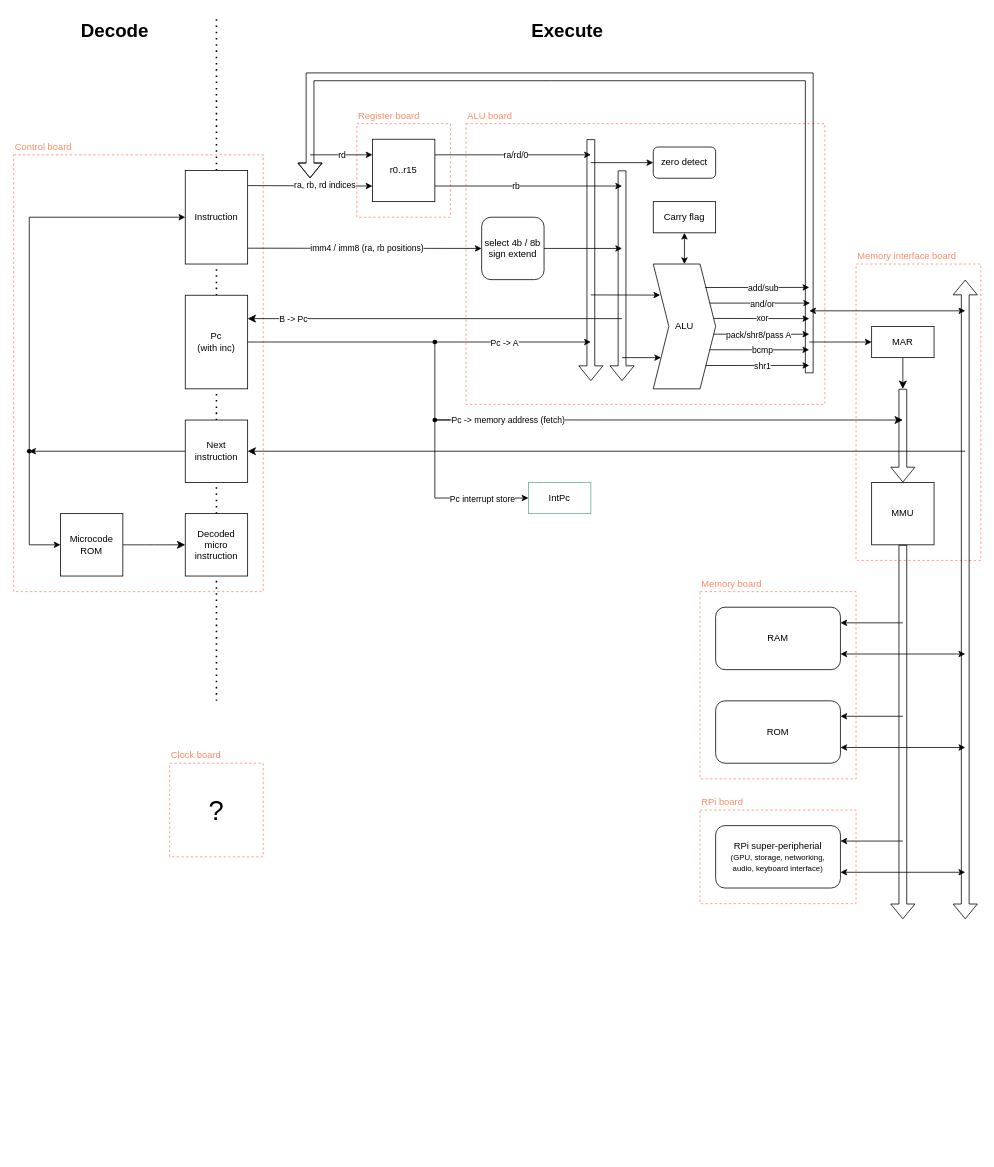
Earlier version of the draw.io diagram block diagram.drawio (bluecube/pickle_risc). Source tidied: cells renumbered, new cells numbered last; positions are measured from the earlier drawing's top-left corner, leaving out a move shared by most shapes. Both pictures are drawn from the tidied source at 78%, with x=0, y=0 at pixel (13, 14).
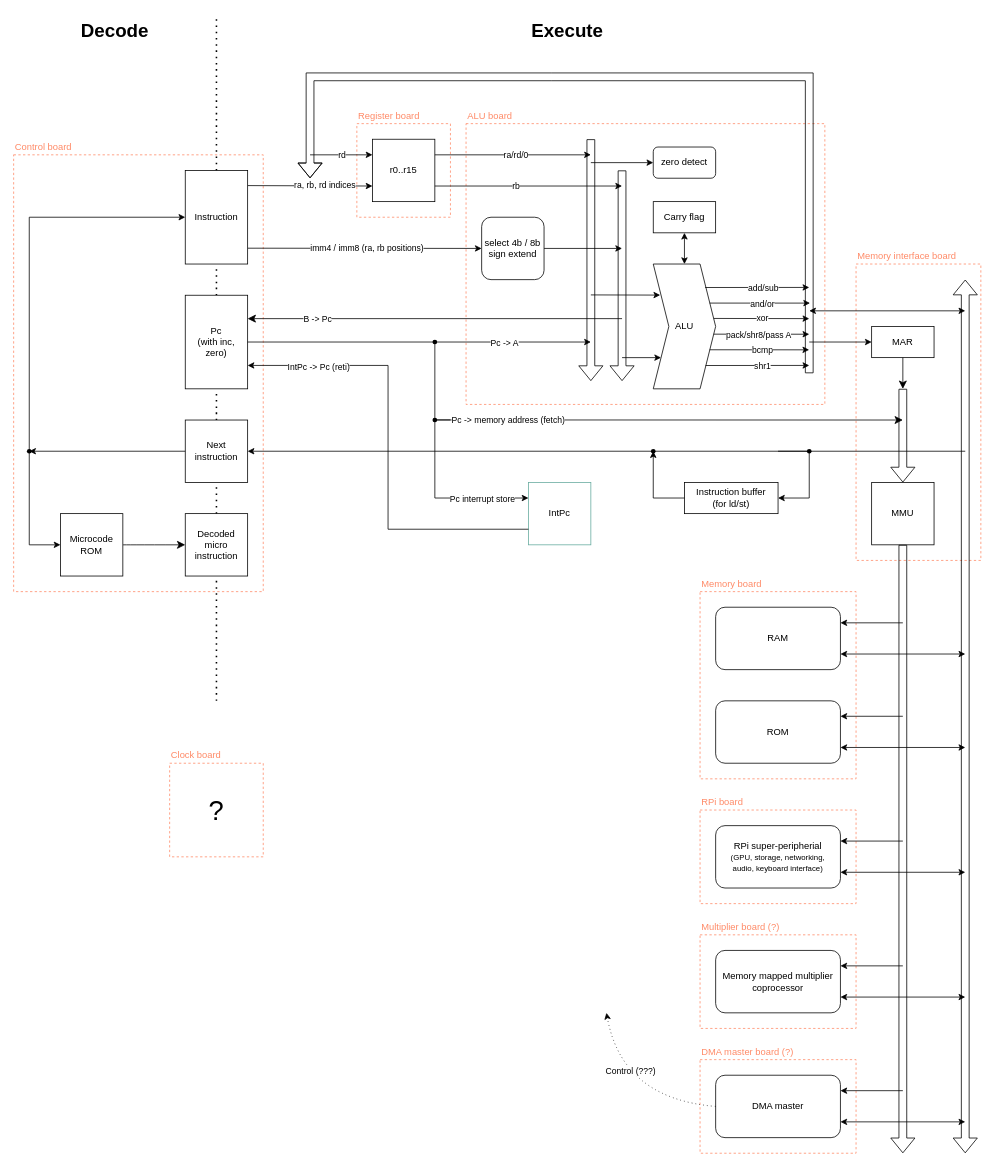
Above is the later version.

Unchanged cells that the change refers to:
```xml
<mxCell id="17" value="MMU" style="rounded=0;whiteSpace=wrap;html=1;" parent="1" vertex="1">
  <mxGeometry x="1100" y="600" width="80" height="80" as="geometry" />
</mxCell>
<mxCell id="48" style="endArrow=classic;html=1;rounded=0;strokeColor=default;align=center;verticalAlign=middle;fontFamily=Helvetica;fontSize=12;fontColor=default;labelBackgroundColor=default;startSize=8;endSize=8;curved=0;entryX=1;entryY=0.25;entryDx=0;entryDy=0;" parent="1" edge="1" target="61">
  <mxGeometry relative="1" as="geometry">
    <mxPoint x="780" y="390" as="sourcePoint" />
  </mxGeometry>
</mxCell>
<mxCell id="57" value="&lt;div&gt;Next instruction&lt;/div&gt;" style="rounded=0;whiteSpace=wrap;html=1;" parent="1" vertex="1">
  <mxGeometry x="220" y="520" width="80" height="80" as="geometry" />
</mxCell>
<mxCell id="94" style="shape=waypoint;sketch=0;fillStyle=solid;size=6;points=[];fillColor=none;perimeter=centerPerimeter;snapToPoint=1;" parent="1" vertex="1">
  <mxGeometry x="530" y="510" width="20" height="20" as="geometry" />
</mxCell>
```

Change to the diagram source:
```diff
@@
     <mxCell id="21" style="shape=flexArrow;endArrow=classic;html=1;rounded=0;exitX=0.5;exitY=1;exitDx=0;exitDy=0;" parent="1" edge="1" source="17">
       <mxGeometry relative="1" as="geometry">
-        <mxPoint x="1140" y="1160" as="targetPoint" />
+        <mxPoint x="1140" y="1460" as="targetPoint" />
       </mxGeometry>
     </mxCell>
     <mxCell id="22" style="shape=flexArrow;endArrow=classic;startArrow=classic;html=1;rounded=0;" parent="1" edge="1">
       <mxGeometry relative="1" as="geometry">
-        <mxPoint x="1220" y="1160" as="sourcePoint" />
+        <mxPoint x="1220" y="1460" as="sourcePoint" />
         <mxPoint x="1220" y="340" as="targetPoint" />
       </mxGeometry>
     </mxCell>
@@
-    <mxCell id="42" style="endArrow=classic;html=1;rounded=0;fontSize=12;startSize=8;endSize=8;curved=0;entryX=1;entryY=0.5;entryDx=0;entryDy=0;" parent="1" edge="1" target="57">
+    <mxCell id="42" style="endArrow=none;html=1;rounded=0;fontSize=12;startSize=8;endSize=8;curved=0;startFill=0;" parent="1" edge="1" source="113">
       <mxGeometry relative="1" as="geometry">
-        <mxPoint x="1220" y="560" as="sourcePoint" />
+        <mxPoint x="980" y="560" as="targetPoint" />
       </mxGeometry>
     </mxCell>
@@
     <mxCell id="49" value="B -&amp;gt; Pc" style="edgeLabel;html=1;align=left;verticalAlign=middle;" parent="48" vertex="1">
       <mxGeometry x="0.41" y="1" relative="1" as="geometry">
-        <mxPoint x="-103" y="-1" as="offset" />
+        <mxPoint x="-72" y="-1" as="offset" />
       </mxGeometry>
     </mxCell>
@@
-    <mxCell id="61" value="Pc&lt;br&gt;(with inc)" style="rounded=0;whiteSpace=wrap;html=1;" parent="1" vertex="1">
+    <mxCell id="61" value="Pc&lt;br&gt;(with inc, zero)" style="rounded=0;whiteSpace=wrap;html=1;" parent="1" vertex="1">
       <mxGeometry x="220" y="360" width="80" height="120" as="geometry" />
     </mxCell>
@@
     <mxCell id="93" value="IntPc" style="rounded=0;whiteSpace=wrap;html=1;strokeColor=#67AB9F;" parent="1" vertex="1">
-      <mxGeometry x="660" y="600" width="80" height="40" as="geometry" />
+      <mxGeometry x="660" y="600" width="80" height="80" as="geometry" />
     </mxCell>
@@
-    <mxCell id="96" style="endArrow=classic;html=1;rounded=0;entryX=0;entryY=0.5;entryDx=0;entryDy=0;edgeStyle=orthogonalEdgeStyle;" parent="1" edge="1" source="94" target="93">
+    <mxCell id="96" style="endArrow=classic;html=1;rounded=0;entryX=0;entryY=0.25;entryDx=0;entryDy=0;edgeStyle=orthogonalEdgeStyle;" parent="1" edge="1" source="94" target="93">
       <mxGeometry relative="1" as="geometry">
         <Array as="points">
           <mxPoint x="540" y="620" />
         </Array>
       </mxGeometry>
     </mxCell>
@@
+    <mxCell id="98" style="endArrow=classic;html=1;rounded=0;exitX=0;exitY=0.75;exitDx=0;exitDy=0;entryX=1;entryY=0.75;entryDx=0;entryDy=0;edgeStyle=orthogonalEdgeStyle;" parent="1" edge="1" source="93" target="61">
+      <mxGeometry relative="1" as="geometry" />
+    </mxCell>
+    <mxCell id="99" value="IntPc -&amp;gt; Pc (reti)" style="edgeLabel;html=1;align=center;verticalAlign=middle;" parent="98" vertex="1">
+      <mxGeometry x="0.79" y="2" relative="1" as="geometry">
+        <mxPoint x="30" as="offset" />
+      </mxGeometry>
+    </mxCell>
+    <mxCell id="100" style="rounded=0;whiteSpace=wrap;html=1;fillColor=none;dashed=1;strokeColor=#FF8A67;" parent="1" vertex="1">
+      <mxGeometry x="880" y="1180" width="200" height="120" as="geometry" />
+    </mxCell>
+    <mxCell id="101" value="Memory mapped multiplier coprocessor" style="rounded=1;whiteSpace=wrap;html=1;" parent="1" vertex="1">
+      <mxGeometry x="900" y="1200" width="160" height="80" as="geometry" />
+    </mxCell>
+    <mxCell id="102" style="endArrow=classic;html=1;rounded=0;startArrow=classic;startFill=1;" parent="1" edge="1">
+      <mxGeometry relative="1" as="geometry">
+        <mxPoint x="1220" y="1259.8" as="sourcePoint" />
+        <mxPoint x="1060" y="1259.8" as="targetPoint" />
+      </mxGeometry>
+    </mxCell>
+    <mxCell id="103" style="endArrow=classic;html=1;rounded=0;startArrow=none;startFill=0;" parent="1" edge="1">
+      <mxGeometry relative="1" as="geometry">
+        <mxPoint x="1140" y="1219.8" as="sourcePoint" />
+        <mxPoint x="1060" y="1219.8" as="targetPoint" />
+      </mxGeometry>
+    </mxCell>
+    <mxCell id="104" value="Multiplier board (?)" style="text;html=1;align=left;verticalAlign=middle;whiteSpace=wrap;rounded=0;fontColor=#FF8A67;" parent="1" vertex="1">
+      <mxGeometry x="880" y="1160" width="150" height="20" as="geometry" />
+    </mxCell>
+    <mxCell id="105" style="rounded=0;whiteSpace=wrap;html=1;fillColor=none;dashed=1;strokeColor=#FF8A67;" parent="1" vertex="1">
+      <mxGeometry x="880" y="1340" width="200" height="120" as="geometry" />
+    </mxCell>
+    <mxCell id="106" value="DMA master" style="rounded=1;whiteSpace=wrap;html=1;" parent="1" vertex="1">
+      <mxGeometry x="900" y="1360" width="160" height="80" as="geometry" />
+    </mxCell>
+    <mxCell id="107" style="endArrow=classic;html=1;rounded=0;startArrow=classic;startFill=1;" parent="1" edge="1">
+      <mxGeometry relative="1" as="geometry">
+        <mxPoint x="1220" y="1419.8" as="sourcePoint" />
+        <mxPoint x="1060" y="1419.8" as="targetPoint" />
+      </mxGeometry>
+    </mxCell>
+    <mxCell id="108" style="endArrow=classic;html=1;rounded=0;startArrow=none;startFill=0;" parent="1" edge="1">
+      <mxGeometry relative="1" as="geometry">
+        <mxPoint x="1140" y="1379.8" as="sourcePoint" />
+        <mxPoint x="1060" y="1379.8" as="targetPoint" />
+      </mxGeometry>
+    </mxCell>
+    <mxCell id="109" value="DMA master board (?)" style="text;html=1;align=left;verticalAlign=middle;whiteSpace=wrap;rounded=0;fontColor=#FF8A67;" parent="1" vertex="1">
+      <mxGeometry x="880" y="1320" width="150" height="20" as="geometry" />
+    </mxCell>
+    <mxCell id="110" style="curved=1;endArrow=classic;html=1;rounded=0;exitX=0;exitY=0.5;exitDx=0;exitDy=0;dashed=1;dashPattern=1 4;" parent="1" edge="1" source="106">
+      <mxGeometry relative="1" as="geometry">
+        <mxPoint x="760" y="1280" as="targetPoint" />
+        <Array as="points">
+          <mxPoint x="780" y="1390" />
+          <mxPoint x="760" y="1280" />
+        </Array>
+      </mxGeometry>
+    </mxCell>
+    <mxCell id="111" value="Control (???)" style="edgeLabel;html=1;align=center;verticalAlign=middle;" parent="110" vertex="1">
+      <mxGeometry x="0.32" y="-17" relative="1" as="geometry" />
+    </mxCell>
+    <mxCell id="112" style="endArrow=none;html=1;rounded=0;fontSize=12;startSize=8;endSize=8;curved=0;startFill=0;" parent="1" edge="1" target="113">
+      <mxGeometry relative="1" as="geometry">
+        <mxPoint x="1220" y="560" as="sourcePoint" />
+      </mxGeometry>
+    </mxCell>
+    <mxCell id="113" style="shape=waypoint;sketch=0;fillStyle=solid;size=6;points=[];fillColor=none;perimeter=centerPerimeter;snapToPoint=1;" parent="1" vertex="1">
+      <mxGeometry x="1010" y="550" width="20" height="20" as="geometry" />
+    </mxCell>
+    <mxCell id="114" style="shape=waypoint;sketch=0;fillStyle=solid;size=6;points=[];fillColor=none;perimeter=centerPerimeter;snapToPoint=1;" parent="1" vertex="1">
+      <mxGeometry x="810" y="550" width="20" height="20" as="geometry" />
+    </mxCell>
+    <mxCell id="115" value="Instruction buffer&lt;br&gt;(for ld/st)" style="rounded=0;whiteSpace=wrap;html=1;" parent="1" vertex="1">
+      <mxGeometry x="860" y="600" width="120" height="40" as="geometry" />
+    </mxCell>
+    <mxCell id="116" style="endArrow=classic;html=1;rounded=0;entryX=1;entryY=0.5;entryDx=0;entryDy=0;exitX=0.365;exitY=0.338;exitDx=0;exitDy=0;exitPerimeter=0;" parent="1" edge="1" source="114" target="57">
+      <mxGeometry relative="1" as="geometry" />
+    </mxCell>
+    <mxCell id="117" style="endArrow=none;html=1;rounded=0;entryX=0.096;entryY=0.723;entryDx=0;entryDy=0;entryPerimeter=0;" parent="1" edge="1" source="114" target="113">
+      <mxGeometry relative="1" as="geometry" />
+    </mxCell>
+    <mxCell id="118" style="endArrow=classic;html=1;rounded=0;entryX=1;entryY=0.5;entryDx=0;entryDy=0;exitX=0.558;exitY=0.8;exitDx=0;exitDy=0;exitPerimeter=0;edgeStyle=orthogonalEdgeStyle;" parent="1" edge="1" source="113" target="115">
+      <mxGeometry relative="1" as="geometry">
+        <Array as="points">
+          <mxPoint x="1020" y="620" />
+        </Array>
+      </mxGeometry>
+    </mxCell>
+    <mxCell id="119" style="endArrow=classic;html=1;rounded=0;entryX=0.481;entryY=0.762;entryDx=0;entryDy=0;entryPerimeter=0;exitX=0;exitY=0.5;exitDx=0;exitDy=0;" parent="1" edge="1" source="115" target="114">
+      <mxGeometry relative="1" as="geometry">
+        <Array as="points">
+          <mxPoint x="820" y="620" />
+        </Array>
+      </mxGeometry>
+    </mxCell>
```
